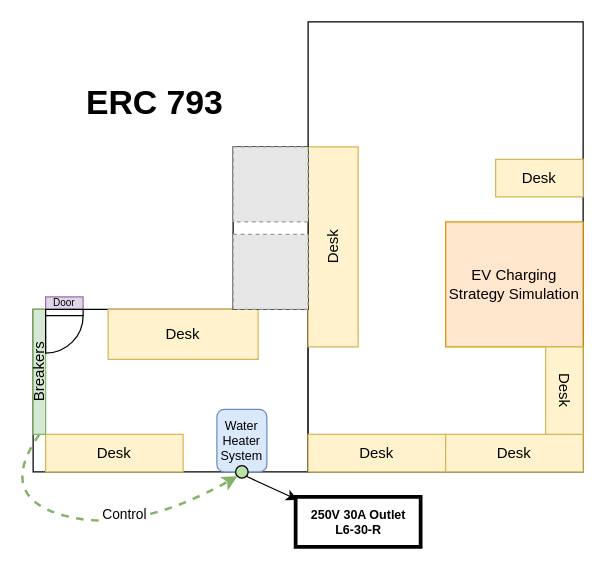
Above: Device_Layout.drawio in Shaun-Z/DrawioFigure (draw.io), before the change. Source tidied: cells renumbered, new cells numbered last; positions are measured from the earlier drawing's top-left corner, leaving out a move shared by most shapes. Both pictures are drawn from the tidied source at 125%, with x=0, y=0 at pixel (-5, 21). Pictures stored in the file or linked from it are replaced by grey dashed boxes.
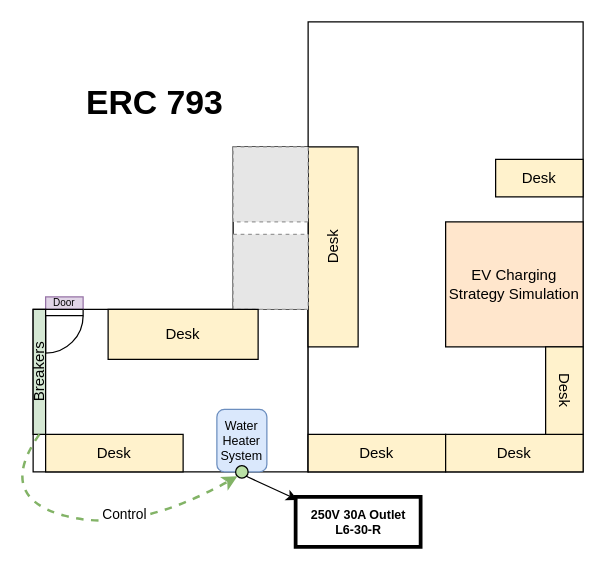
After the change.

The edit, as a diff of the source:
```diff
@@
-    <mxCell id="5" value="Desk" style="rounded=0;whiteSpace=wrap;html=1;fillColor=#fff2cc;strokeColor=#d6b656;" parent="1" vertex="1">
+    <mxCell id="5" value="Desk" style="rounded=0;whiteSpace=wrap;html=1;fillColor=#fff2cc;strokeColor=#000000;" parent="1" vertex="1">
       <mxGeometry x="40" y="330" width="110" height="30" as="geometry" />
     </mxCell>
-    <mxCell id="6" value="Desk" style="rounded=0;whiteSpace=wrap;html=1;fillColor=#fff2cc;strokeColor=#d6b656;" parent="1" vertex="1">
-      <mxGeometry x="90" y="230" width="120" height="40" as="geometry" />
-    </mxCell>
-    <mxCell id="7" value="Breakers" style="rounded=0;whiteSpace=wrap;html=1;direction=south;horizontal=0;rotation=0;fillColor=#d5e8d4;strokeColor=#82b366;" parent="1" vertex="1">
+    <mxCell id="7" value="Breakers" style="rounded=0;whiteSpace=wrap;html=1;direction=south;horizontal=0;rotation=0;fillColor=#d5e8d4;strokeColor=#000000;" parent="1" vertex="1">
       <mxGeometry x="30" y="230" width="10" height="100" as="geometry" />
     </mxCell>
@@
-    <mxCell id="12" value="Desk" style="rounded=0;whiteSpace=wrap;html=1;fillColor=#fff2cc;strokeColor=#d6b656;" parent="1" vertex="1">
+    <mxCell id="12" value="Desk" style="rounded=0;whiteSpace=wrap;html=1;fillColor=#fff2cc;strokeColor=#000000;" parent="1" vertex="1">
       <mxGeometry x="250" y="330" width="110" height="30" as="geometry" />
     </mxCell>
-    <mxCell id="13" value="Desk" style="rounded=0;whiteSpace=wrap;html=1;fillColor=#fff2cc;strokeColor=#d6b656;" parent="1" vertex="1">
+    <mxCell id="13" value="Desk" style="rounded=0;whiteSpace=wrap;html=1;fillColor=#fff2cc;strokeColor=#000000;" parent="1" vertex="1">
       <mxGeometry x="360" y="330" width="110" height="30" as="geometry" />
     </mxCell>
-    <mxCell id="14" value="Desk" style="rounded=0;whiteSpace=wrap;html=1;direction=north;horizontal=0;fillColor=#fff2cc;strokeColor=#d6b656;" parent="1" vertex="1">
+    <mxCell id="14" value="Desk" style="rounded=0;whiteSpace=wrap;html=1;direction=north;horizontal=0;fillColor=#fff2cc;strokeColor=#000000;" parent="1" vertex="1">
       <mxGeometry x="250" y="100" width="40" height="160" as="geometry" />
     </mxCell>
-    <mxCell id="15" value="EV Charging Strategy Simulation" style="rounded=0;whiteSpace=wrap;html=1;direction=west;horizontal=1;fillColor=#ffe6cc;strokeColor=#d79b00;" parent="1" vertex="1">
+    <mxCell id="15" value="EV Charging Strategy Simulation" style="rounded=0;whiteSpace=wrap;html=1;direction=west;horizontal=1;fillColor=#ffe6cc;strokeColor=#000000;" parent="1" vertex="1">
       <mxGeometry x="360" y="160" width="110" height="100" as="geometry" />
     </mxCell>
-    <mxCell id="16" value="Desk" style="rounded=0;whiteSpace=wrap;html=1;direction=south;horizontal=0;rotation=-180;fillColor=#fff2cc;strokeColor=#d6b656;" parent="1" vertex="1">
+    <mxCell id="16" value="Desk" style="rounded=0;whiteSpace=wrap;html=1;direction=south;horizontal=0;rotation=-180;fillColor=#fff2cc;strokeColor=#000000;" parent="1" vertex="1">
       <mxGeometry x="440" y="260" width="30" height="70" as="geometry" />
     </mxCell>
-    <mxCell id="17" value="Desk" style="rounded=0;whiteSpace=wrap;html=1;direction=south;horizontal=0;rotation=90;fillColor=#fff2cc;strokeColor=#d6b656;" parent="1" vertex="1">
+    <mxCell id="17" value="Desk" style="rounded=0;whiteSpace=wrap;html=1;direction=south;horizontal=0;rotation=90;fillColor=#fff2cc;strokeColor=#000000;" parent="1" vertex="1">
       <mxGeometry x="420" y="90" width="30" height="70" as="geometry" />
     </mxCell>
@@
+    <mxCell id="6" value="Desk" style="rounded=0;whiteSpace=wrap;html=1;fillColor=#fff2cc;strokeColor=#000000;" parent="1" vertex="1">
+      <mxGeometry x="90" y="230" width="120" height="40" as="geometry" />
+    </mxCell>
```
